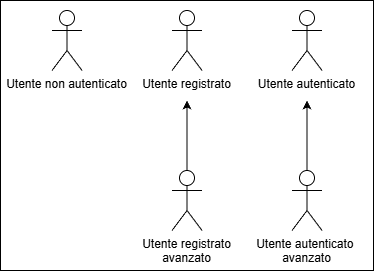
Before: assets/Attori_frontend.png, a diagram exported from draw.io (SkarabGroup/DocumentazioneProgetto). Source tidied: cells renumbered, new cells last; positions are measured from the earlier drawing's top-left corner, leaving out a move shared by most shapes. Its diagram source:
```xml
<mxGraphModel>
  <root>
    <mxCell id="0" />
    <mxCell id="1" parent="0" />
    <mxCell id="2" style="rounded=0;whiteSpace=wrap;html=1;" parent="1" vertex="1">
      <mxGeometry width="373" height="270" as="geometry" />
    </mxCell>
    <mxCell id="3" value="Utente registrato" style="shape=umlActor;verticalLabelPosition=bottom;verticalAlign=top;html=1;" parent="1" vertex="1">
      <mxGeometry x="171.5" y="10" width="30" height="60" as="geometry" />
    </mxCell>
    <mxCell id="4" value="Utente non autenticato" style="shape=umlActor;verticalLabelPosition=bottom;verticalAlign=top;html=1;" parent="1" vertex="1">
      <mxGeometry x="51.5" y="10" width="30" height="60" as="geometry" />
    </mxCell>
    <mxCell id="5" value="Utente autenticato" style="shape=umlActor;verticalLabelPosition=bottom;verticalAlign=top;html=1;" parent="1" vertex="1">
      <mxGeometry x="291.5" y="10" width="30" height="60" as="geometry" />
    </mxCell>
    <mxCell id="6" style="edgeStyle=orthogonalEdgeStyle;rounded=0;jettySize=auto;html=1;" parent="1" edge="1" source="7">
      <mxGeometry relative="1" as="geometry">
        <mxPoint x="186.5" y="100" as="targetPoint" />
      </mxGeometry>
    </mxCell>
    <mxCell id="7" value="Utente registrato&lt;div&gt;avanzato&lt;/div&gt;" style="shape=umlActor;verticalLabelPosition=bottom;verticalAlign=top;html=1;outlineConnect=0;" parent="1" vertex="1">
      <mxGeometry x="171.5" y="170" width="30" height="60" as="geometry" />
    </mxCell>
    <mxCell id="8" style="edgeStyle=orthogonalEdgeStyle;rounded=0;jettySize=auto;html=1;" parent="1" edge="1" source="9">
      <mxGeometry relative="1" as="geometry">
        <mxPoint x="306.5" y="100" as="targetPoint" />
      </mxGeometry>
    </mxCell>
    <mxCell id="9" value="Utente autenticato&amp;nbsp;&lt;div&gt;avanzato&lt;/div&gt;" style="shape=umlActor;verticalLabelPosition=bottom;verticalAlign=top;html=1;outlineConnect=0;" parent="1" vertex="1">
      <mxGeometry x="291.5" y="170" width="30" height="60" as="geometry" />
    </mxCell>
  </root>
</mxGraphModel>
```
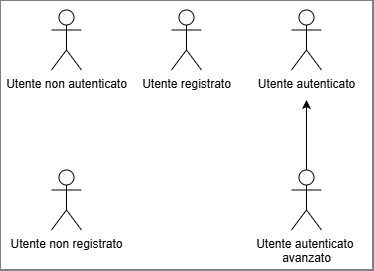
Later version of the same file.

Commit message:
primo fix generale UC

The edit, as a diff of the source:
```diff
@@ -2,9 +2,9 @@
   <root>
     <mxCell id="0" />
     <mxCell id="1" parent="0" />
-    <mxCell id="2" style="rounded=0;whiteSpace=wrap;html=1;" parent="1" vertex="1">
-      <mxGeometry width="373" height="270" as="geometry" />
-    </mxCell>
+    <mxCell id="10" style="rounded=0;whiteSpace=wrap;html=1;" parent="1" vertex="1">
+      <mxGeometry width="373" height="270" as="geometry" />
+    </mxCell>
     <mxCell id="3" value="Utente registrato" style="shape=umlActor;verticalLabelPosition=bottom;verticalAlign=top;html=1;" parent="1" vertex="1">
       <mxGeometry x="171.5" y="10" width="30" height="60" as="geometry" />
     </mxCell>
@@ -14,19 +14,14 @@
     <mxCell id="5" value="Utente autenticato" style="shape=umlActor;verticalLabelPosition=bottom;verticalAlign=top;html=1;" parent="1" vertex="1">
       <mxGeometry x="291.5" y="10" width="30" height="60" as="geometry" />
     </mxCell>
-    <mxCell id="6" style="edgeStyle=orthogonalEdgeStyle;rounded=0;jettySize=auto;html=1;" parent="1" edge="1" source="7">
-      <mxGeometry relative="1" as="geometry">
-        <mxPoint x="186.5" y="100" as="targetPoint" />
-      </mxGeometry>
-    </mxCell>
-    <mxCell id="7" value="Utente registrato&lt;div&gt;avanzato&lt;/div&gt;" style="shape=umlActor;verticalLabelPosition=bottom;verticalAlign=top;html=1;outlineConnect=0;" parent="1" vertex="1">
-      <mxGeometry x="171.5" y="170" width="30" height="60" as="geometry" />
-    </mxCell>
-    <mxCell id="8" style="edgeStyle=orthogonalEdgeStyle;rounded=0;jettySize=auto;html=1;" parent="1" edge="1" source="9">
-      <mxGeometry relative="1" as="geometry">
-        <mxPoint x="306.5" y="100" as="targetPoint" />
-      </mxGeometry>
-    </mxCell>
+    <mxCell id="11" value="Utente non registrato" style="shape=umlActor;verticalLabelPosition=bottom;verticalAlign=top;html=1;" parent="1" vertex="1">
+      <mxGeometry x="51.5" y="170" width="30" height="60" as="geometry" />
+    </mxCell>
+    <mxCell id="12" style="edgeStyle=orthogonalEdgeStyle;rounded=0;jettySize=auto;html=1;" parent="1" edge="1" source="9">
+      <mxGeometry relative="1" as="geometry">
+        <mxPoint x="306.5" y="100" as="targetPoint" />
+      </mxGeometry>
+    </mxCell>
     <mxCell id="9" value="Utente autenticato&amp;nbsp;&lt;div&gt;avanzato&lt;/div&gt;" style="shape=umlActor;verticalLabelPosition=bottom;verticalAlign=top;html=1;outlineConnect=0;" parent="1" vertex="1">
       <mxGeometry x="291.5" y="170" width="30" height="60" as="geometry" />
     </mxCell>
```
